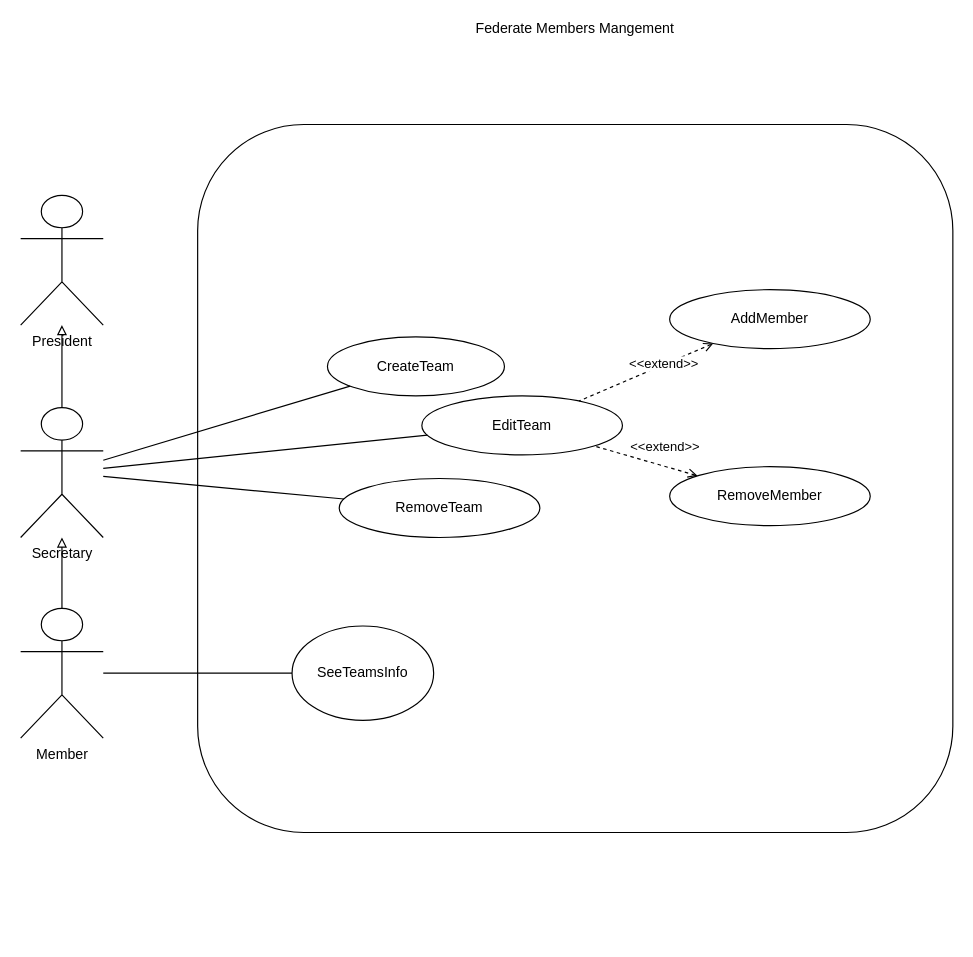
Before: doc/Diagrams/CaseUse/Teams.drawio in kunder93/cxn_back, a draw.io diagram. Source tidied: cells renumbered, new cells numbered last; positions are measured from the earlier drawing's top-left corner, leaving out a move shared by most shapes. Both pictures are drawn from the tidied source at 118%, with x=0, y=0 at pixel (20, 124).
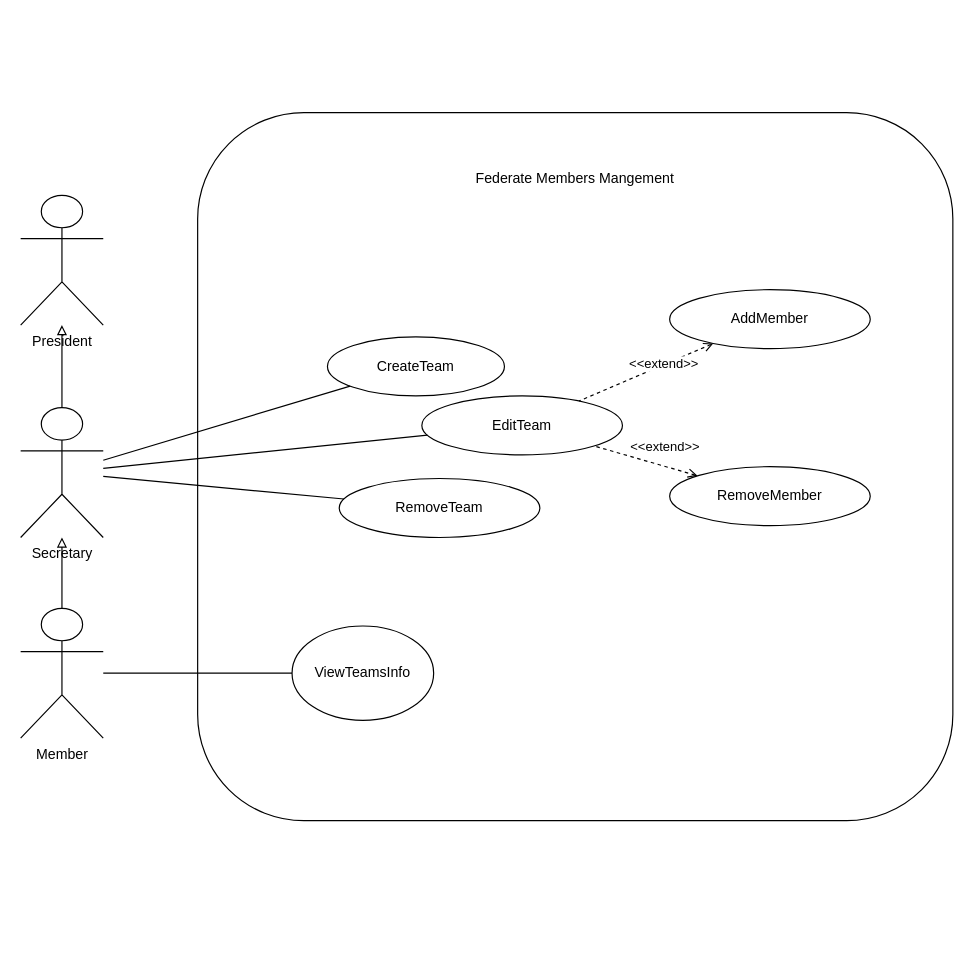
The same page after the edit.

Change to the diagram source:
```diff
@@
-    <mxCell id="2" value="&lt;div&gt;Federate Members Mangement&lt;/div&gt;&lt;div&gt;&lt;br&gt;&lt;/div&gt;&lt;div&gt;&lt;br&gt;&lt;/div&gt;&lt;div&gt;&lt;br&gt;&lt;/div&gt;&lt;div&gt;&lt;br&gt;&lt;/div&gt;&lt;div&gt;&lt;br&gt;&lt;/div&gt;&lt;div&gt;&lt;br&gt;&lt;/div&gt;&lt;div&gt;&lt;br&gt;&lt;/div&gt;&lt;div&gt;&lt;br&gt;&lt;/div&gt;&lt;div&gt;&lt;br&gt;&lt;/div&gt;&lt;div&gt;&lt;br&gt;&lt;/div&gt;&lt;div&gt;&lt;br&gt;&lt;/div&gt;&lt;div&gt;&lt;br&gt;&lt;/div&gt;&lt;div&gt;&lt;br&gt;&lt;/div&gt;&lt;div&gt;&lt;br&gt;&lt;/div&gt;&lt;div&gt;&lt;br&gt;&lt;/div&gt;&lt;div&gt;&lt;br&gt;&lt;/div&gt;&lt;div&gt;&lt;br&gt;&lt;/div&gt;&lt;div&gt;&lt;br&gt;&lt;/div&gt;&lt;div&gt;&lt;br&gt;&lt;/div&gt;&lt;div&gt;&lt;br&gt;&lt;/div&gt;&lt;div&gt;&lt;br&gt;&lt;/div&gt;&lt;div&gt;&lt;br&gt;&lt;/div&gt;&lt;div&gt;&lt;br&gt;&lt;/div&gt;&lt;div&gt;&lt;br&gt;&lt;/div&gt;&lt;div&gt;&lt;br&gt;&lt;/div&gt;&lt;div&gt;&lt;br&gt;&lt;/div&gt;&lt;div&gt;&lt;br&gt;&lt;/div&gt;&lt;div&gt;&lt;br&gt;&lt;/div&gt;&lt;div&gt;&lt;br&gt;&lt;/div&gt;&lt;div&gt;&lt;br&gt;&lt;/div&gt;&lt;div&gt;&lt;br&gt;&lt;/div&gt;&lt;div&gt;&lt;br&gt;&lt;/div&gt;&lt;div&gt;&lt;br&gt;&lt;/div&gt;&lt;div&gt;&lt;br&gt;&lt;/div&gt;&lt;div&gt;&lt;br&gt;&lt;/div&gt;&lt;div&gt;&lt;br&gt;&lt;/div&gt;&lt;div&gt;&lt;br&gt;&lt;/div&gt;&lt;div&gt;&lt;br&gt;&lt;/div&gt;&lt;div&gt;&lt;br&gt;&lt;/div&gt;&lt;div&gt;&lt;br&gt;&lt;/div&gt;&lt;div&gt;&lt;br&gt;&lt;/div&gt;&lt;div&gt;&lt;br&gt;&lt;/div&gt;&lt;div&gt;&lt;br&gt;&lt;/div&gt;&lt;div&gt;&lt;br&gt;&lt;/div&gt;&lt;div&gt;&lt;br&gt;&lt;/div&gt;&lt;div&gt;&lt;br&gt;&lt;/div&gt;&lt;div&gt;&lt;br&gt;&lt;/div&gt;&lt;div&gt;&lt;br&gt;&lt;/div&gt;&lt;div&gt;&lt;br&gt;&lt;/div&gt;&lt;div&gt;&lt;br&gt;&lt;/div&gt;&lt;div&gt;&lt;br&gt;&lt;/div&gt;&lt;div&gt;&lt;br&gt;&lt;/div&gt;&lt;div&gt;&lt;br&gt;&lt;/div&gt;" style="rounded=1;whiteSpace=wrap;html=1;" parent="1" vertex="1">
-      <mxGeometry x="150" width="640" height="600" as="geometry" />
+    <mxCell id="2" value="&lt;div&gt;Federate Members Mangement&lt;/div&gt;&lt;div&gt;&lt;br&gt;&lt;/div&gt;&lt;div&gt;&lt;br&gt;&lt;/div&gt;&lt;div&gt;&lt;br&gt;&lt;/div&gt;&lt;div&gt;&lt;br&gt;&lt;/div&gt;&lt;div&gt;&lt;br&gt;&lt;/div&gt;&lt;div&gt;&lt;br&gt;&lt;/div&gt;&lt;div&gt;&lt;br&gt;&lt;/div&gt;&lt;div&gt;&lt;br&gt;&lt;/div&gt;&lt;div&gt;&lt;br&gt;&lt;/div&gt;&lt;div&gt;&lt;br&gt;&lt;/div&gt;&lt;div&gt;&lt;br&gt;&lt;/div&gt;&lt;div&gt;&lt;br&gt;&lt;/div&gt;&lt;div&gt;&lt;br&gt;&lt;/div&gt;&lt;div&gt;&lt;br&gt;&lt;/div&gt;&lt;div&gt;&lt;br&gt;&lt;/div&gt;&lt;div&gt;&lt;br&gt;&lt;/div&gt;&lt;div&gt;&lt;br&gt;&lt;/div&gt;&lt;div&gt;&lt;br&gt;&lt;/div&gt;&lt;div&gt;&lt;br&gt;&lt;/div&gt;&lt;div&gt;&lt;br&gt;&lt;/div&gt;&lt;div&gt;&lt;br&gt;&lt;/div&gt;&lt;div&gt;&lt;br&gt;&lt;/div&gt;&lt;div&gt;&lt;br&gt;&lt;/div&gt;&lt;div&gt;&lt;br&gt;&lt;/div&gt;&lt;div&gt;&lt;br&gt;&lt;/div&gt;&lt;div&gt;&lt;br&gt;&lt;/div&gt;&lt;div&gt;&lt;br&gt;&lt;/div&gt;&lt;div&gt;&lt;br&gt;&lt;/div&gt;&lt;div&gt;&lt;br&gt;&lt;/div&gt;&lt;div&gt;&lt;br&gt;&lt;/div&gt;&lt;div&gt;&lt;br&gt;&lt;/div&gt;&lt;div&gt;&lt;br&gt;&lt;/div&gt;&lt;div&gt;&lt;br&gt;&lt;/div&gt;&lt;div&gt;&lt;br&gt;&lt;/div&gt;" style="rounded=1;whiteSpace=wrap;html=1;" parent="1" vertex="1">
+      <mxGeometry x="150" y="-10" width="640" height="600" as="geometry" />
     </mxCell>
@@
-    <mxCell id="9" value="SeeTeamsInfo" style="ellipse;whiteSpace=wrap;html=1;" parent="1" vertex="1">
+    <mxCell id="9" value="ViewTeamsInfo" style="ellipse;whiteSpace=wrap;html=1;" parent="1" vertex="1">
       <mxGeometry x="230" y="425" width="120" height="80" as="geometry" />
     </mxCell>
```
